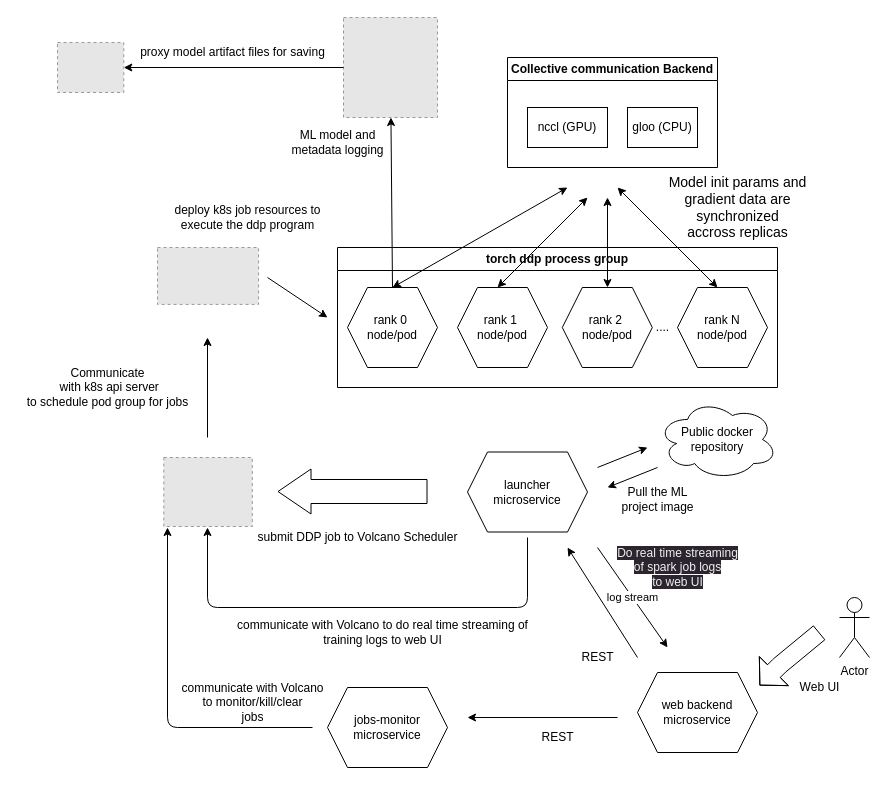
Above: zchart-drawio/torchddp.drawio in dolphinnG/MLOpsPipeline (draw.io), before the change. Source tidied: cells renumbered, new cells numbered last; positions are measured from the earlier drawing's top-left corner, leaving out a move shared by most shapes. Both pictures are drawn from the tidied source at 100%, with x=0, y=0 at pixel (17, 17). Pictures stored in the file or linked from it are replaced by grey dashed boxes.
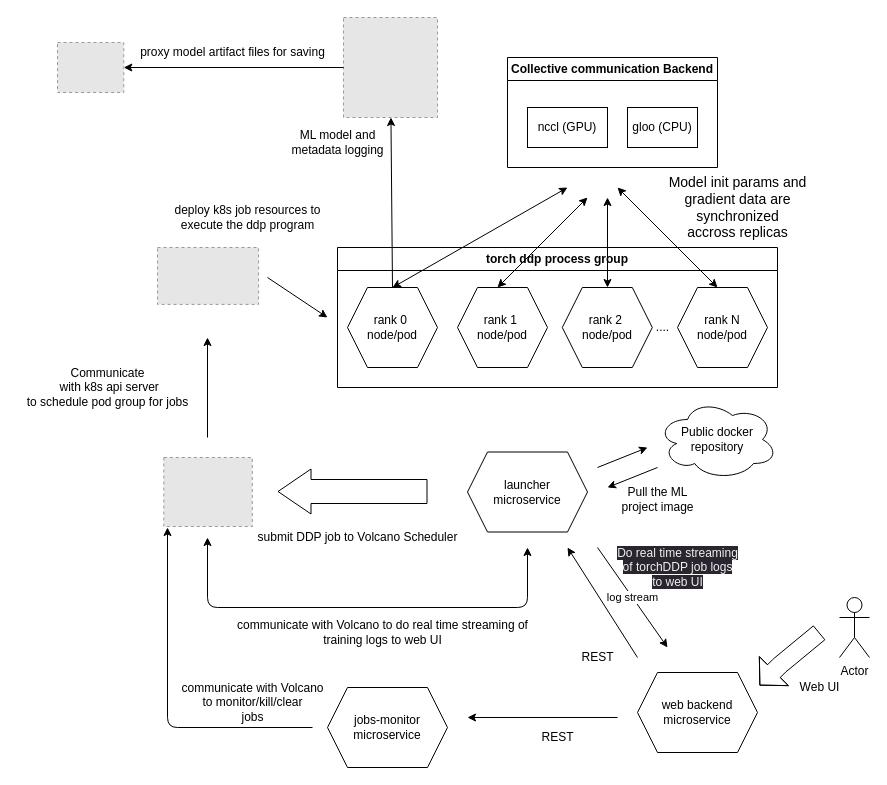
Above is the later version.

Diff of the diagram source:
```diff
@@
-    <mxCell id="12" style="endArrow=classic;html=1;" parent="1" edge="1">
-      <mxGeometry relative="1" as="geometry">
-        <mxPoint x="510" y="520" as="sourcePoint" />
-        <mxPoint x="190" y="510" as="targetPoint" />
-        <Array as="points">
-          <mxPoint x="510" y="590" />
-          <mxPoint x="190" y="590" />
-        </Array>
-      </mxGeometry>
-    </mxCell>
@@
-    <mxCell id="50" value="&lt;span style=&quot;color: rgb(240, 240, 240); font-family: Helvetica; font-size: 12px; font-style: normal; font-variant-ligatures: normal; font-variant-caps: normal; font-weight: 400; letter-spacing: normal; orphans: 2; text-align: center; text-indent: 0px; text-transform: none; widows: 2; word-spacing: 0px; -webkit-text-stroke-width: 0px; background-color: rgb(42, 37, 47); text-decoration-thickness: initial; text-decoration-style: initial; text-decoration-color: initial; float: none; display: inline !important;&quot;&gt;Do real time streaming&lt;br&gt;of spark job logs&lt;br&gt;to web UI&lt;/span&gt;" style="text;html=1;align=center;verticalAlign=middle;strokeColor=none;fillColor=none;" parent="1" vertex="1">
+    <mxCell id="50" value="&lt;span style=&quot;color: rgb(240, 240, 240); font-family: Helvetica; font-size: 12px; font-style: normal; font-variant-ligatures: normal; font-variant-caps: normal; font-weight: 400; letter-spacing: normal; orphans: 2; text-align: center; text-indent: 0px; text-transform: none; widows: 2; word-spacing: 0px; -webkit-text-stroke-width: 0px; background-color: rgb(42, 37, 47); text-decoration-thickness: initial; text-decoration-style: initial; text-decoration-color: initial; float: none; display: inline !important;&quot;&gt;Do real time streaming&lt;br&gt;of torchDDP job logs&lt;br&gt;to web UI&lt;/span&gt;" style="text;html=1;align=center;verticalAlign=middle;strokeColor=none;fillColor=none;" parent="1" vertex="1">
       <mxGeometry x="590" y="520" width="140" height="60" as="geometry" />
     </mxCell>
+    <mxCell id="51" style="endArrow=classic;startArrow=classic;html=1;" parent="1" edge="1">
+      <mxGeometry relative="1" as="geometry">
+        <mxPoint x="190" y="520" as="sourcePoint" />
+        <mxPoint x="510" y="530" as="targetPoint" />
+        <Array as="points">
+          <mxPoint x="190" y="590" />
+          <mxPoint x="510" y="590" />
+        </Array>
+      </mxGeometry>
+    </mxCell>
```
